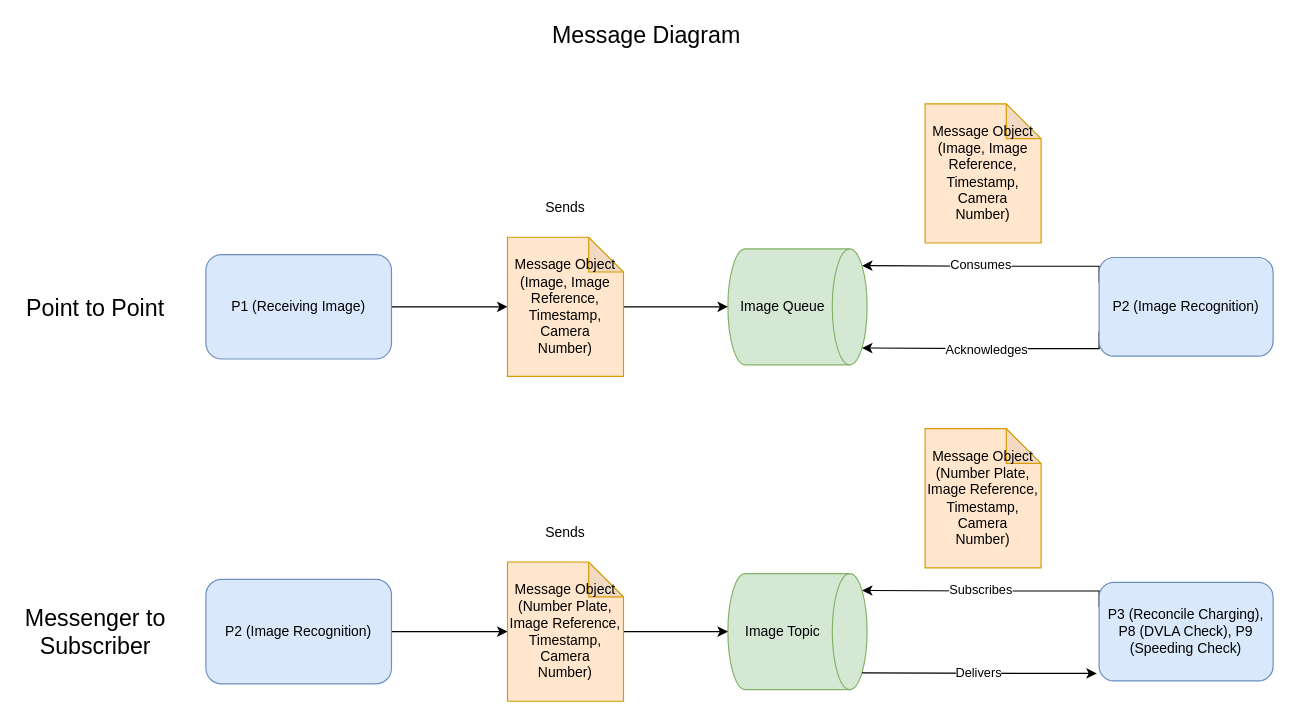
The draw.io diagram page "Message Diagram" (2 of 7) of teamFolders/team2/Documentation/P2 Basic Flow Diagram.drawio in gallenc/solent6Public, before the edit. Source tidied: cells renumbered, new cells numbered last; positions are measured from the earlier drawing's top-left corner, leaving out a move shared by most shapes. Both pictures are drawn from the tidied source at 116%, with x=0, y=0 at pixel (20, 22).
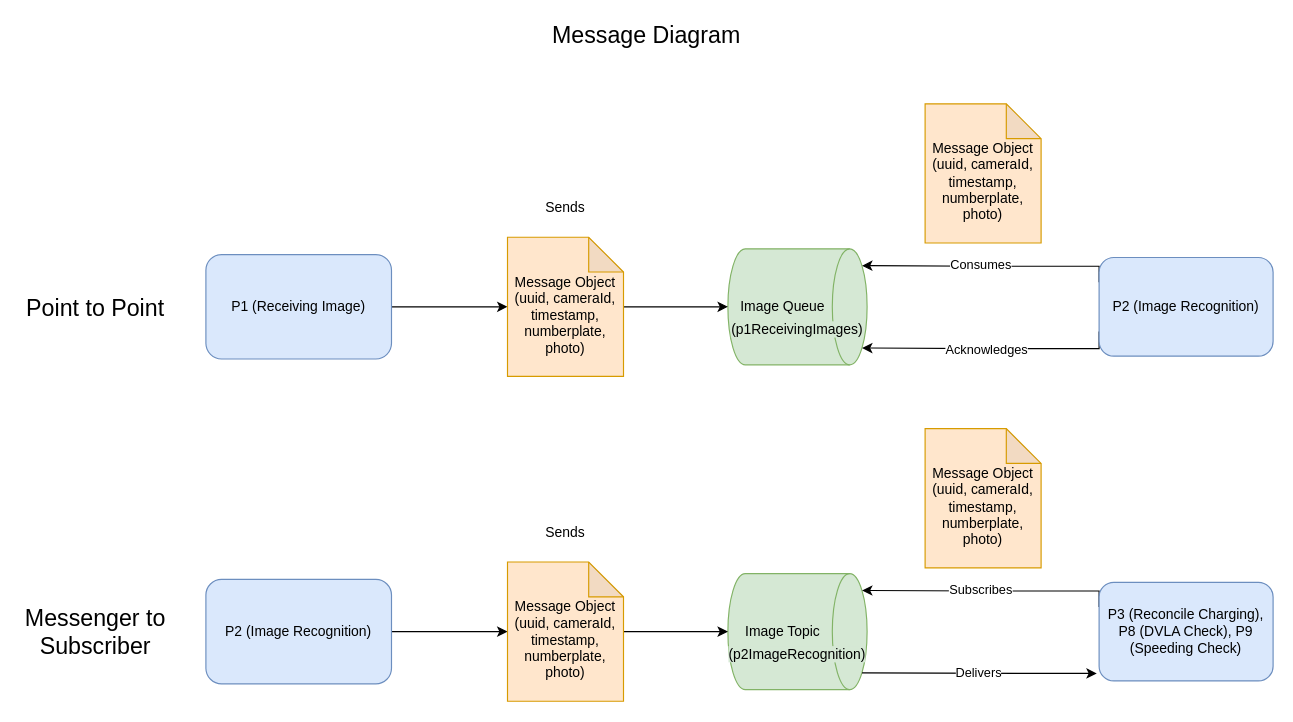
After the change.

Commit message (it also covers changes not shown here):
Updated diagrams and agreements.

Change to the diagram source:
```diff
@@
-    <mxCell id="6" value="&lt;span&gt;Message Object&lt;/span&gt;&lt;br&gt;&lt;span&gt;(Image, Image Reference, Timestamp, Camera&lt;/span&gt;&lt;br&gt;&lt;span&gt;Number)&lt;/span&gt;" style="shape=note;whiteSpace=wrap;html=1;backgroundOutline=1;darkOpacity=0.05;fillColor=#ffe6cc;strokeColor=#d79b00;" parent="1" vertex="1">
+    <mxCell id="6" value="&lt;span&gt;&lt;br&gt;Message Object&lt;/span&gt;&lt;br&gt;&lt;span&gt;(uuid, cameraId, timestamp, numberplate, photo&lt;/span&gt;&lt;span&gt;)&lt;/span&gt;" style="shape=note;whiteSpace=wrap;html=1;backgroundOutline=1;darkOpacity=0.05;fillColor=#ffe6cc;strokeColor=#d79b00;" parent="1" vertex="1">
       <mxGeometry x="420" y="185" width="100" height="120" as="geometry" />
     </mxCell>
@@
-    <mxCell id="8" value="&lt;span&gt;Message Object&lt;/span&gt;&lt;br&gt;&lt;span&gt;(Image, Image Reference, Timestamp, Camera&lt;/span&gt;&lt;br&gt;&lt;span&gt;Number)&lt;/span&gt;" style="shape=note;whiteSpace=wrap;html=1;backgroundOutline=1;darkOpacity=0.05;fillColor=#ffe6cc;strokeColor=#d79b00;" parent="1" vertex="1">
+    <mxCell id="8" value="&lt;br&gt;Message Object&lt;br&gt;(uuid, cameraId, timestamp, numberplate, photo)" style="shape=note;whiteSpace=wrap;html=1;backgroundOutline=1;darkOpacity=0.05;fillColor=#ffe6cc;strokeColor=#d79b00;" parent="1" vertex="1">
       <mxGeometry x="780" y="70" width="100" height="120" as="geometry" />
     </mxCell>
@@
-    <mxCell id="18" value="&lt;span&gt;Message Object&lt;/span&gt;&lt;br&gt;&lt;span&gt;(Number Plate, Image Reference, Timestamp, Camera&lt;/span&gt;&lt;br&gt;&lt;span&gt;Number)&lt;/span&gt;" style="shape=note;whiteSpace=wrap;html=1;backgroundOutline=1;darkOpacity=0.05;fillColor=#ffe6cc;strokeColor=#d79b00;" parent="1" vertex="1">
+    <mxCell id="18" value="&lt;br&gt;Message Object&lt;br&gt;(uuid, cameraId, timestamp, numberplate, photo)" style="shape=note;whiteSpace=wrap;html=1;backgroundOutline=1;darkOpacity=0.05;fillColor=#ffe6cc;strokeColor=#d79b00;" parent="1" vertex="1">
       <mxGeometry x="420" y="465" width="100" height="120" as="geometry" />
     </mxCell>
@@
-    <mxCell id="20" value="&lt;span&gt;Message Object&lt;/span&gt;&lt;br&gt;&lt;span&gt;(Number Plate, Image Reference, Timestamp, Camera&lt;/span&gt;&lt;br&gt;&lt;span&gt;Number)&lt;/span&gt;" style="shape=note;whiteSpace=wrap;html=1;backgroundOutline=1;darkOpacity=0.05;fillColor=#ffe6cc;strokeColor=#d79b00;" parent="1" vertex="1">
+    <mxCell id="20" value="&lt;br&gt;Message Object&lt;br&gt;(uuid, cameraId, timestamp, numberplate, photo)" style="shape=note;whiteSpace=wrap;html=1;backgroundOutline=1;darkOpacity=0.05;fillColor=#ffe6cc;strokeColor=#d79b00;" parent="1" vertex="1">
       <mxGeometry x="780" y="350" width="100" height="120" as="geometry" />
     </mxCell>
@@
+    <mxCell id="29" value="&lt;span style=&quot;background-color: rgb(213 , 232 , 212)&quot;&gt;(p1ReceivingImages)&lt;/span&gt;" style="text;html=1;strokeColor=none;fillColor=none;align=center;verticalAlign=middle;whiteSpace=wrap;rounded=0;" parent="1" vertex="1">
+      <mxGeometry x="650" y="255" width="40" height="20" as="geometry" />
+    </mxCell>
+    <mxCell id="30" value="&lt;span style=&quot;background-color: rgb(213 , 232 , 212)&quot;&gt;(p2ImageRecognition)&lt;/span&gt;" style="text;html=1;strokeColor=none;fillColor=none;align=center;verticalAlign=middle;whiteSpace=wrap;rounded=0;" parent="1" vertex="1">
+      <mxGeometry x="650" y="535" width="40" height="20" as="geometry" />
+    </mxCell>
```
